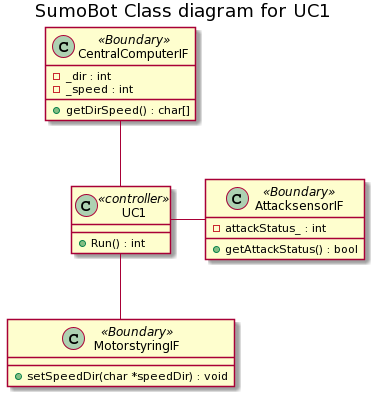
Above: Diagrammer/SumoBot/Classdiagram/SumoBot_ClassDiagram/SumoBot Class diagram for UC1.png in Solvgraa-mager/E3PRJ3 (PlantUML), before the change.
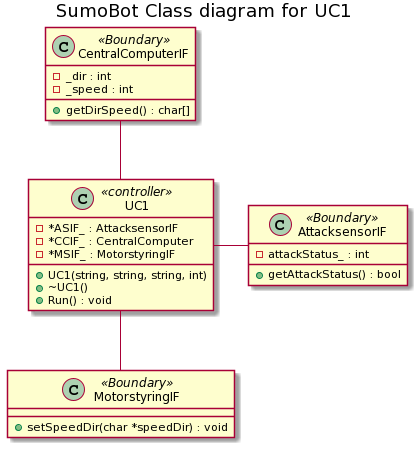
Later version of the same file.

Commit message:
SumoBot SW update + class diagram

The edit, as a diff of the source:
```diff
@@ -3,7 +3,12 @@
 
 
 class UC1 <<controller>>{
-    +Run() : int
+    -*ASIF_ : AttacksensorIF
+    -*CCIF_ : CentralComputer
+    -*MSIF_ : MotorstyringIF
+    +UC1(string, string, string, int)
+    +~UC1()
+    +Run() : void
 }
 
 class AttacksensorIF<<Boundary>>{
```
